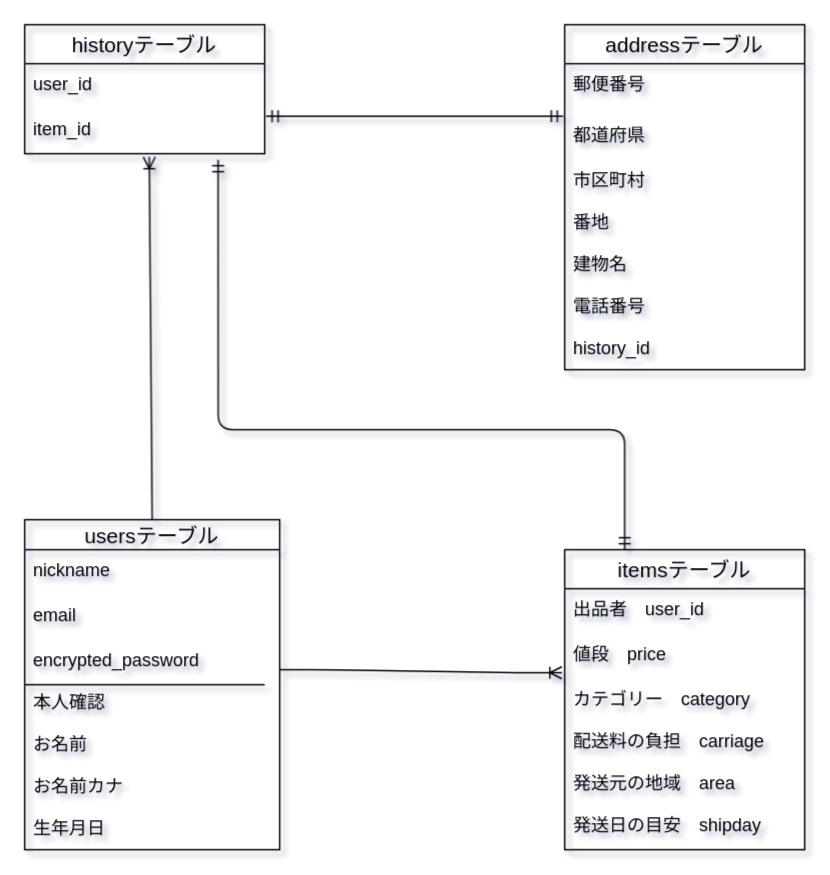
Before: furima.dio in Bomtemmaru/furima-36876, a draw.io diagram. Source tidied: cells renumbered, new cells numbered last; positions are measured from the earlier drawing's top-left corner, leaving out a move shared by most shapes. Both pictures are drawn from the tidied source at 150%, with x=0, y=0 at pixel (24, 24).
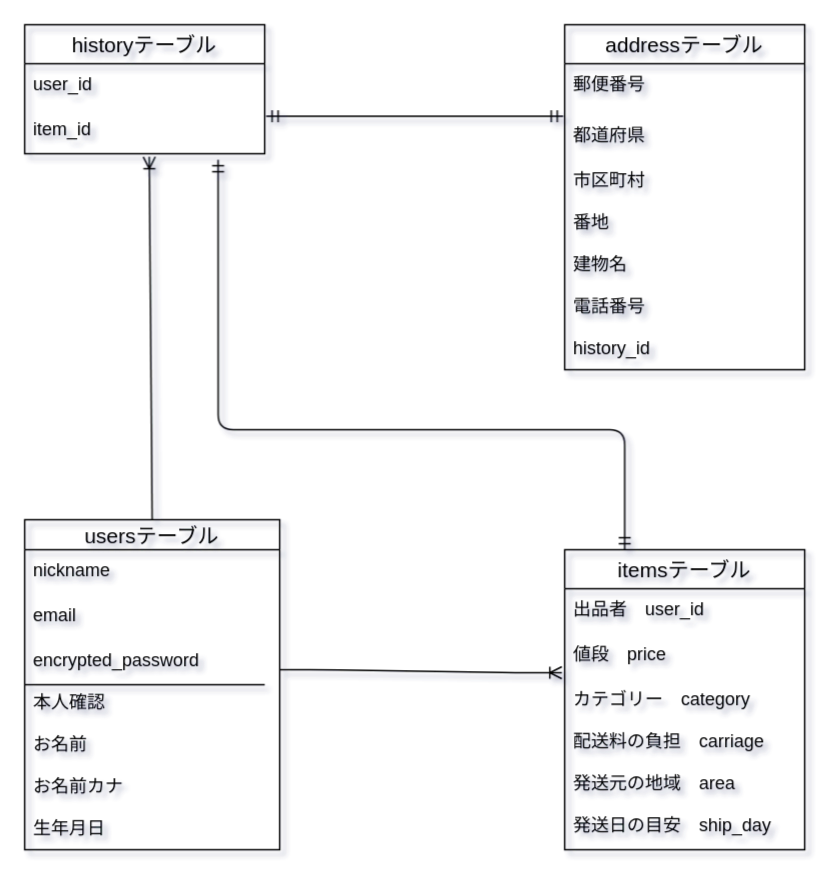
The same diagram, later.

Unchanged cells that the change refers to:
```xml
<mxCell id="7" value="itemsテーブル" style="swimlane;fontStyle=0;horizontal=1;startSize=26;align=center;fontSize=14;fillColor=none;" parent="1" vertex="1">
  <mxGeometry x="360" y="350" width="160" height="200" as="geometry" />
</mxCell>
```

The edit, as a diff of the source:
```diff
@@
-    <mxCell id="10" value="カテゴリー　category&#10;&#10;配送料の負担　carriage&#10;&#10;発送元の地域　area&#10;&#10;発送日の目安　shipday" style="text;strokeColor=none;fillColor=none;spacingLeft=4;spacingRight=4;overflow=hidden;fontSize=12;" parent="7" vertex="1">
+    <mxCell id="10" value="カテゴリー　category&#10;&#10;配送料の負担　carriage&#10;&#10;発送元の地域　area&#10;&#10;発送日の目安　ship_day" style="text;strokeColor=none;fillColor=none;spacingLeft=4;spacingRight=4;overflow=hidden;fontSize=12;" parent="7" vertex="1">
       <mxGeometry y="86" width="160" height="114" as="geometry" />
     </mxCell>
```
